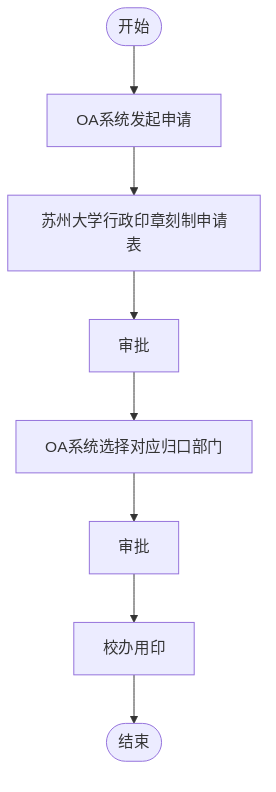
AmyIvan/work1 keeps this Mermaid diagram as outline2flow/flow_outputs/page_70.png. Above is the earlier version. Its source is kept beside it as outline2flow/mmd_outputs/page_70.mmd. Source of this version:
```mermaid
flowchart TD
    Start(["开始"]) --> InitiateOA["OA系统发起申请"]
    InitiateOA --> ApplyForm["苏州大学行政印章刻制申请表"]
    ApplyForm --> Approval1["审批"]
    Approval1 --> SelectDepartment["OA系统选择对应归口部门"]
    SelectDepartment --> Approval2["审批"]
    Approval2 --> UseSeal["校办用印"]
    UseSeal --> End(["结束"])
```
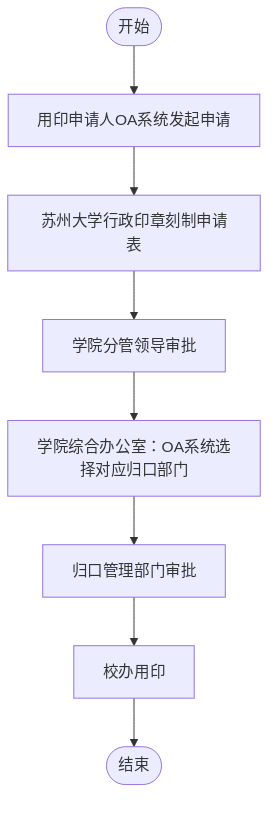
After the change.

The edit, as a diff of the source:
```diff
@@ -1,8 +1,8 @@
 flowchart TD
-    Start(["开始"]) --> InitiateOA["OA系统发起申请"]
-    InitiateOA --> ApplyForm["苏州大学行政印章刻制申请表"]
-    ApplyForm --> Approval1["审批"]
-    Approval1 --> SelectDepartment["OA系统选择对应归口部门"]
-    SelectDepartment --> Approval2["审批"]
-    Approval2 --> UseSeal["校办用印"]
-    UseSeal --> End(["结束"])
+    Start(["开始"]) --> P1["用印申请人OA系统发起申请"]
+    P1 --> P2["苏州大学行政印章刻制申请表"]
+    P2 --> P3["学院分管领导审批"]
+    P3 --> P4["学院综合办公室：OA系统选择对应归口部门"]
+    P4 --> P5["归口管理部门审批"]
+    P5 --> P6["校办用印"]
+    P6 --> End(["结束"])
```
